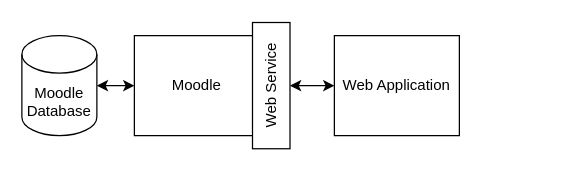
ugGit/mdl_interactions_plugin keeps this draw.io diagram as docs/images_paper/indash_workflow.drawio. Above is the earlier version. Source tidied: cells renumbered, new cells numbered last; positions are measured from the earlier drawing's top-left corner, leaving out a move shared by most shapes. Both pictures are drawn from the tidied source at 125%, with x=0, y=0 at pixel (21, 35).
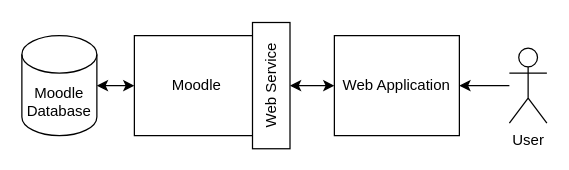
Above is the later version.

Commit message (it also covers changes not shown here):
docs: add workflow diagram

Diff of the diagram source:
```diff
@@
 <mxGraphModel>
   <root>
     <mxCell id="0" />
     <mxCell id="1" parent="0" />
     <mxCell id="2" style="edgeStyle=orthogonalEdgeStyle;rounded=0;jettySize=auto;html=1;startArrow=classic;startFill=1;" parent="1" edge="1" source="3" target="4">
       <mxGeometry relative="1" as="geometry" />
     </mxCell>
     <mxCell id="3" value="Moodle Database" style="shape=cylinder3;whiteSpace=wrap;html=1;boundedLbl=1;backgroundOutline=1;size=15;" parent="1" vertex="1">
       <mxGeometry width="60" height="80" as="geometry" />
     </mxCell>
     <mxCell id="4" value="&lt;div&gt;Moodle&lt;/div&gt;" style="rounded=0;whiteSpace=wrap;html=1;" parent="1" vertex="1">
       <mxGeometry x="90" width="100" height="80" as="geometry" />
     </mxCell>
     <mxCell id="5" style="edgeStyle=orthogonalEdgeStyle;rounded=0;jettySize=auto;html=1;startArrow=classic;startFill=1;" parent="1" edge="1" source="6" target="7">
       <mxGeometry relative="1" as="geometry" />
     </mxCell>
     <mxCell id="6" value="Web Application" style="rounded=0;whiteSpace=wrap;html=1;" parent="1" vertex="1">
       <mxGeometry x="250" width="100" height="80" as="geometry" />
     </mxCell>
     <mxCell id="7" value="Web Service" style="rounded=0;whiteSpace=wrap;html=1;rotation=-90;" parent="1" vertex="1">
       <mxGeometry x="149" y="25" width="101" height="30" as="geometry" />
     </mxCell>
+    <mxCell id="8" style="edgeStyle=orthogonalEdgeStyle;rounded=0;jettySize=auto;html=1;" parent="1" edge="1" source="9" target="6">
+      <mxGeometry relative="1" as="geometry" />
+    </mxCell>
+    <mxCell id="9" value="User" style="shape=umlActor;verticalLabelPosition=bottom;verticalAlign=top;html=1;outlineConnect=0;" parent="1" vertex="1">
+      <mxGeometry x="390" y="10" width="30" height="60" as="geometry" />
+    </mxCell>
   </root>
 </mxGraphModel>
```
